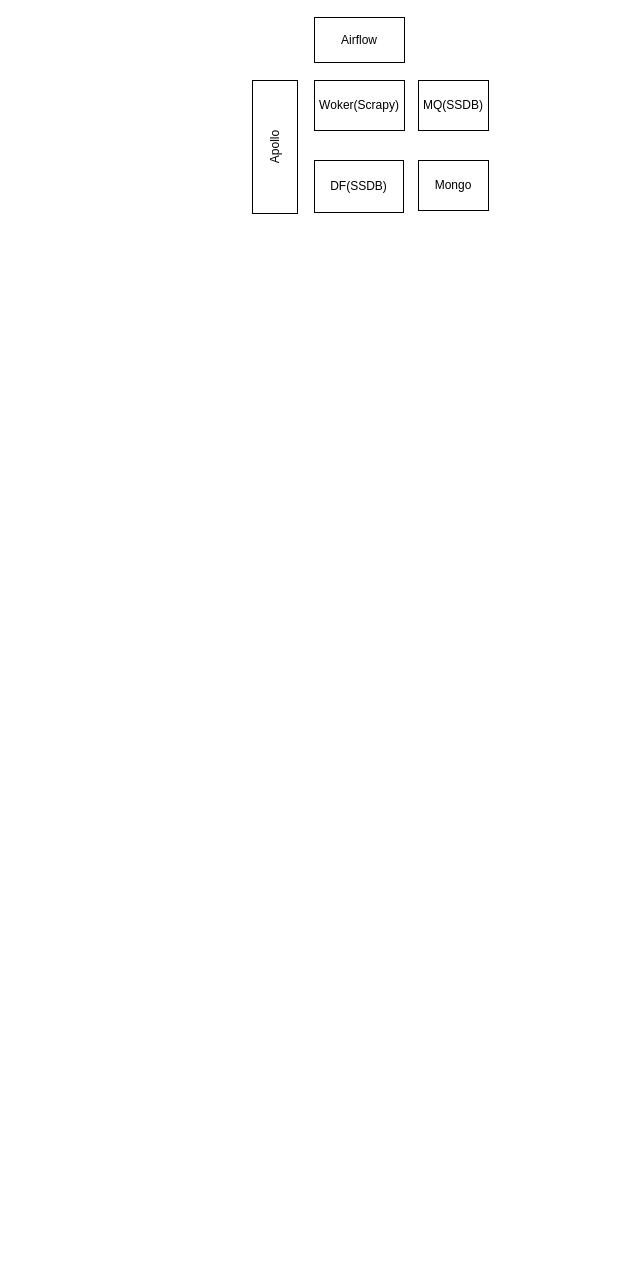
Above: aaa.drawio in wiesel2/drawiorepo (draw.io), before the change. Source tidied: cells renumbered, new cells numbered last; positions are measured from the earlier drawing's top-left corner, leaving out a move shared by most shapes. Both pictures are drawn from the tidied source at 100%, with x=0, y=0 at pixel (252, 17).
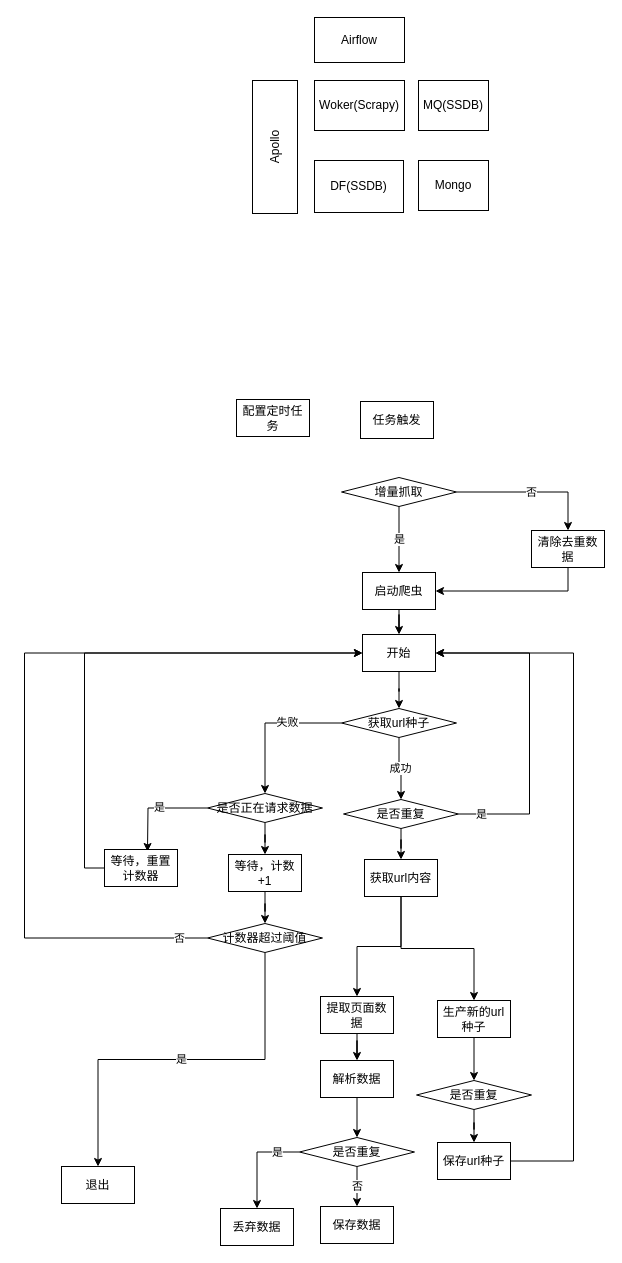
After the change.

What changed in the source:
```diff
@@
+    <mxCell id="8" value="配置定时任务" style="rounded=0;whiteSpace=wrap;html=1;" parent="1" vertex="1">
+      <mxGeometry x="-16" y="382" width="73" height="37" as="geometry" />
+    </mxCell>
+    <mxCell id="9" value="任务触发" style="rounded=0;whiteSpace=wrap;html=1;" parent="1" vertex="1">
+      <mxGeometry x="108" y="384" width="73" height="37" as="geometry" />
+    </mxCell>
+    <mxCell id="10" value="是" style="edgeStyle=orthogonalEdgeStyle;rounded=0;jettySize=auto;html=1;exitX=0.5;exitY=1;exitDx=0;exitDy=0;entryX=0.5;entryY=0;entryDx=0;entryDy=0;" parent="1" edge="1" source="12" target="14">
+      <mxGeometry relative="1" as="geometry" />
+    </mxCell>
+    <mxCell id="11" value="否" style="edgeStyle=orthogonalEdgeStyle;rounded=0;jettySize=auto;html=1;exitX=1;exitY=0.5;exitDx=0;exitDy=0;entryX=0.5;entryY=0;entryDx=0;entryDy=0;" parent="1" edge="1" source="12" target="16">
+      <mxGeometry relative="1" as="geometry" />
+    </mxCell>
+    <mxCell id="12" value="增量抓取" style="rhombus;whiteSpace=wrap;html=1;" parent="1" vertex="1">
+      <mxGeometry x="89" y="460" width="115" height="29" as="geometry" />
+    </mxCell>
+    <mxCell id="13" style="edgeStyle=orthogonalEdgeStyle;rounded=0;jettySize=auto;html=1;exitX=0.5;exitY=1;exitDx=0;exitDy=0;" parent="1" edge="1" source="14" target="45">
+      <mxGeometry relative="1" as="geometry" />
+    </mxCell>
+    <mxCell id="14" value="启动爬虫" style="rounded=0;whiteSpace=wrap;html=1;" parent="1" vertex="1">
+      <mxGeometry x="110" y="555" width="73" height="37" as="geometry" />
+    </mxCell>
+    <mxCell id="15" style="edgeStyle=orthogonalEdgeStyle;rounded=0;jettySize=auto;html=1;exitX=0.5;exitY=1;exitDx=0;exitDy=0;entryX=1;entryY=0.5;entryDx=0;entryDy=0;" parent="1" edge="1" source="16" target="14">
+      <mxGeometry relative="1" as="geometry" />
+    </mxCell>
+    <mxCell id="16" value="清除去重数据" style="rounded=0;whiteSpace=wrap;html=1;" parent="1" vertex="1">
+      <mxGeometry x="279" y="513" width="73" height="37" as="geometry" />
+    </mxCell>
+    <mxCell id="17" value="成功" style="edgeStyle=orthogonalEdgeStyle;rounded=0;jettySize=auto;html=1;exitX=0.5;exitY=1;exitDx=0;exitDy=0;" parent="1" edge="1" source="20" target="32">
+      <mxGeometry relative="1" as="geometry" />
+    </mxCell>
+    <mxCell id="18" style="edgeStyle=orthogonalEdgeStyle;rounded=0;jettySize=auto;html=1;exitX=0;exitY=0.5;exitDx=0;exitDy=0;entryX=0.5;entryY=0;entryDx=0;entryDy=0;" parent="1" edge="1" source="20" target="36">
+      <mxGeometry relative="1" as="geometry" />
+    </mxCell>
+    <mxCell id="19" value="失败" style="edgeLabel;html=1;align=center;verticalAlign=middle;" parent="18" vertex="1">
+      <mxGeometry x="-0.25" y="-1" relative="1" as="geometry" />
+    </mxCell>
+    <mxCell id="20" value="获取url种子" style="rhombus;whiteSpace=wrap;html=1;" parent="1" vertex="1">
+      <mxGeometry x="89" y="691" width="115" height="29" as="geometry" />
+    </mxCell>
+    <mxCell id="21" style="edgeStyle=orthogonalEdgeStyle;rounded=0;jettySize=auto;html=1;exitX=0.5;exitY=1;exitDx=0;exitDy=0;" parent="1" edge="1" source="23" target="25">
+      <mxGeometry relative="1" as="geometry" />
+    </mxCell>
+    <mxCell id="22" style="edgeStyle=orthogonalEdgeStyle;rounded=0;jettySize=auto;html=1;exitX=0.5;exitY=1;exitDx=0;exitDy=0;" parent="1" edge="1" source="23" target="27">
+      <mxGeometry relative="1" as="geometry" />
+    </mxCell>
+    <mxCell id="23" value="获取url内容" style="rounded=0;whiteSpace=wrap;html=1;" parent="1" vertex="1">
+      <mxGeometry x="112" y="842" width="73" height="37" as="geometry" />
+    </mxCell>
+    <mxCell id="24" style="edgeStyle=orthogonalEdgeStyle;rounded=0;jettySize=auto;html=1;exitX=0.5;exitY=1;exitDx=0;exitDy=0;" parent="1" edge="1" source="25" target="50">
+      <mxGeometry relative="1" as="geometry" />
+    </mxCell>
+    <mxCell id="25" value="提取页面数据" style="rounded=0;whiteSpace=wrap;html=1;" parent="1" vertex="1">
+      <mxGeometry x="68" y="979" width="73" height="37" as="geometry" />
+    </mxCell>
+    <mxCell id="26" style="edgeStyle=orthogonalEdgeStyle;rounded=0;jettySize=auto;html=1;exitX=0.5;exitY=1;exitDx=0;exitDy=0;" parent="1" edge="1" source="27" target="48">
+      <mxGeometry relative="1" as="geometry" />
+    </mxCell>
+    <mxCell id="27" value="生产新的url种子" style="rounded=0;whiteSpace=wrap;html=1;" parent="1" vertex="1">
+      <mxGeometry x="185" y="983" width="73" height="37" as="geometry" />
+    </mxCell>
+    <mxCell id="28" style="edgeStyle=orthogonalEdgeStyle;rounded=0;jettySize=auto;html=1;exitX=1;exitY=0.5;exitDx=0;exitDy=0;entryX=1;entryY=0.5;entryDx=0;entryDy=0;" parent="1" edge="1" source="29" target="45">
+      <mxGeometry relative="1" as="geometry">
+        <Array as="points">
+          <mxPoint x="321" y="1144" />
+          <mxPoint x="321" y="636" />
+        </Array>
+      </mxGeometry>
+    </mxCell>
+    <mxCell id="29" value="保存url种子" style="rounded=0;whiteSpace=wrap;html=1;" parent="1" vertex="1">
+      <mxGeometry x="185" y="1125" width="73" height="37" as="geometry" />
+    </mxCell>
+    <mxCell id="30" value="是" style="edgeStyle=orthogonalEdgeStyle;rounded=0;jettySize=auto;html=1;exitX=1;exitY=0.5;exitDx=0;exitDy=0;entryX=1;entryY=0.5;entryDx=0;entryDy=0;" parent="1" edge="1" source="32" target="45">
+      <mxGeometry x="-0.86" relative="1" as="geometry">
+        <Array as="points">
+          <mxPoint x="277" y="797" />
+          <mxPoint x="277" y="636" />
+        </Array>
+      </mxGeometry>
+    </mxCell>
+    <mxCell id="31" style="edgeStyle=orthogonalEdgeStyle;rounded=0;jettySize=auto;html=1;exitX=0.5;exitY=1;exitDx=0;exitDy=0;" parent="1" edge="1" source="32" target="23">
+      <mxGeometry relative="1" as="geometry" />
+    </mxCell>
+    <mxCell id="32" value="是否重复" style="rhombus;whiteSpace=wrap;html=1;" parent="1" vertex="1">
+      <mxGeometry x="91" y="782" width="115" height="29" as="geometry" />
+    </mxCell>
+    <mxCell id="33" style="edgeStyle=orthogonalEdgeStyle;rounded=0;jettySize=auto;html=1;entryX=0.521;entryY=0.054;entryDx=0;entryDy=0;entryPerimeter=0;" parent="1" edge="1" source="36">
+      <mxGeometry relative="1" as="geometry">
+        <mxPoint x="-105" y="834" as="targetPoint" />
+      </mxGeometry>
+    </mxCell>
+    <mxCell id="34" value="是" style="edgeLabel;html=1;align=center;verticalAlign=middle;" parent="33" vertex="1">
+      <mxGeometry x="-0.05" y="-1" relative="1" as="geometry" />
+    </mxCell>
+    <mxCell id="35" style="edgeStyle=orthogonalEdgeStyle;rounded=0;jettySize=auto;html=1;exitX=0.5;exitY=1;exitDx=0;exitDy=0;" parent="1" edge="1" source="36" target="40">
+      <mxGeometry relative="1" as="geometry" />
+    </mxCell>
+    <mxCell id="36" value="是否正在请求数据" style="rhombus;whiteSpace=wrap;html=1;" parent="1" vertex="1">
+      <mxGeometry x="-45" y="776" width="115" height="29" as="geometry" />
+    </mxCell>
+    <mxCell id="37" style="edgeStyle=orthogonalEdgeStyle;rounded=0;jettySize=auto;html=1;exitX=0;exitY=0.5;exitDx=0;exitDy=0;entryX=0;entryY=0.5;entryDx=0;entryDy=0;" parent="1" edge="1" source="38" target="45">
+      <mxGeometry relative="1" as="geometry" />
+    </mxCell>
+    <mxCell id="38" value="等待，重置计数器" style="rounded=0;whiteSpace=wrap;html=1;" parent="1" vertex="1">
+      <mxGeometry x="-148" y="832" width="73" height="37" as="geometry" />
+    </mxCell>
+    <mxCell id="39" style="edgeStyle=orthogonalEdgeStyle;rounded=0;jettySize=auto;html=1;exitX=0.5;exitY=1;exitDx=0;exitDy=0;" parent="1" edge="1" source="40" target="43">
+      <mxGeometry relative="1" as="geometry" />
+    </mxCell>
+    <mxCell id="40" value="等待，计数+1" style="rounded=0;whiteSpace=wrap;html=1;" parent="1" vertex="1">
+      <mxGeometry x="-24" y="837" width="73" height="37" as="geometry" />
+    </mxCell>
+    <mxCell id="41" value="是" style="edgeStyle=orthogonalEdgeStyle;rounded=0;jettySize=auto;html=1;exitX=0.5;exitY=1;exitDx=0;exitDy=0;entryX=0.5;entryY=0;entryDx=0;entryDy=0;" parent="1" edge="1" source="43" target="46">
+      <mxGeometry relative="1" as="geometry" />
+    </mxCell>
+    <mxCell id="42" value="否" style="edgeStyle=orthogonalEdgeStyle;rounded=0;jettySize=auto;html=1;exitX=0;exitY=0.5;exitDx=0;exitDy=0;entryX=0;entryY=0.5;entryDx=0;entryDy=0;" parent="1" edge="1" source="43" target="45">
+      <mxGeometry x="-0.93" relative="1" as="geometry">
+        <Array as="points">
+          <mxPoint x="-228" y="921" />
+          <mxPoint x="-228" y="636" />
+        </Array>
+      </mxGeometry>
+    </mxCell>
+    <mxCell id="43" value="计数器超过阈值" style="rhombus;whiteSpace=wrap;html=1;" parent="1" vertex="1">
+      <mxGeometry x="-45" y="906" width="115" height="29" as="geometry" />
+    </mxCell>
+    <mxCell id="44" style="edgeStyle=orthogonalEdgeStyle;rounded=0;jettySize=auto;html=1;exitX=0.5;exitY=1;exitDx=0;exitDy=0;" parent="1" edge="1" source="45" target="20">
+      <mxGeometry relative="1" as="geometry" />
+    </mxCell>
+    <mxCell id="45" value="开始" style="rounded=0;whiteSpace=wrap;html=1;" parent="1" vertex="1">
+      <mxGeometry x="110" y="617" width="73" height="37" as="geometry" />
+    </mxCell>
+    <mxCell id="46" value="退出" style="rounded=0;whiteSpace=wrap;html=1;" parent="1" vertex="1">
+      <mxGeometry x="-191" y="1149" width="73" height="37" as="geometry" />
+    </mxCell>
+    <mxCell id="47" style="edgeStyle=orthogonalEdgeStyle;rounded=0;jettySize=auto;html=1;exitX=0.5;exitY=1;exitDx=0;exitDy=0;" parent="1" edge="1" source="48" target="29">
+      <mxGeometry relative="1" as="geometry" />
+    </mxCell>
+    <mxCell id="48" value="是否重复" style="rhombus;whiteSpace=wrap;html=1;" parent="1" vertex="1">
+      <mxGeometry x="164" y="1063" width="115" height="29" as="geometry" />
+    </mxCell>
+    <mxCell id="49" style="edgeStyle=orthogonalEdgeStyle;rounded=0;jettySize=auto;html=1;exitX=0.5;exitY=1;exitDx=0;exitDy=0;" parent="1" edge="1" source="50" target="53">
+      <mxGeometry relative="1" as="geometry" />
+    </mxCell>
+    <mxCell id="50" value="解析数据" style="rounded=0;whiteSpace=wrap;html=1;" parent="1" vertex="1">
+      <mxGeometry x="68" y="1043" width="73" height="37" as="geometry" />
+    </mxCell>
+    <mxCell id="51" value="否" style="edgeStyle=orthogonalEdgeStyle;rounded=0;jettySize=auto;html=1;exitX=0.5;exitY=1;exitDx=0;exitDy=0;" parent="1" edge="1" source="53" target="54">
+      <mxGeometry relative="1" as="geometry" />
+    </mxCell>
+    <mxCell id="52" value="是" style="edgeStyle=orthogonalEdgeStyle;rounded=0;jettySize=auto;html=1;exitX=0;exitY=0.5;exitDx=0;exitDy=0;" parent="1" edge="1" source="53" target="55">
+      <mxGeometry x="-0.56" relative="1" as="geometry" />
+    </mxCell>
+    <mxCell id="53" value="是否重复" style="rhombus;whiteSpace=wrap;html=1;" parent="1" vertex="1">
+      <mxGeometry x="47" y="1120" width="115" height="29" as="geometry" />
+    </mxCell>
+    <mxCell id="54" value="保存数据" style="rounded=0;whiteSpace=wrap;html=1;" parent="1" vertex="1">
+      <mxGeometry x="68" y="1189" width="73" height="37" as="geometry" />
+    </mxCell>
+    <mxCell id="55" value="丢弃数据" style="rounded=0;whiteSpace=wrap;html=1;" parent="1" vertex="1">
+      <mxGeometry x="-32" y="1191" width="73" height="37" as="geometry" />
+    </mxCell>
```
